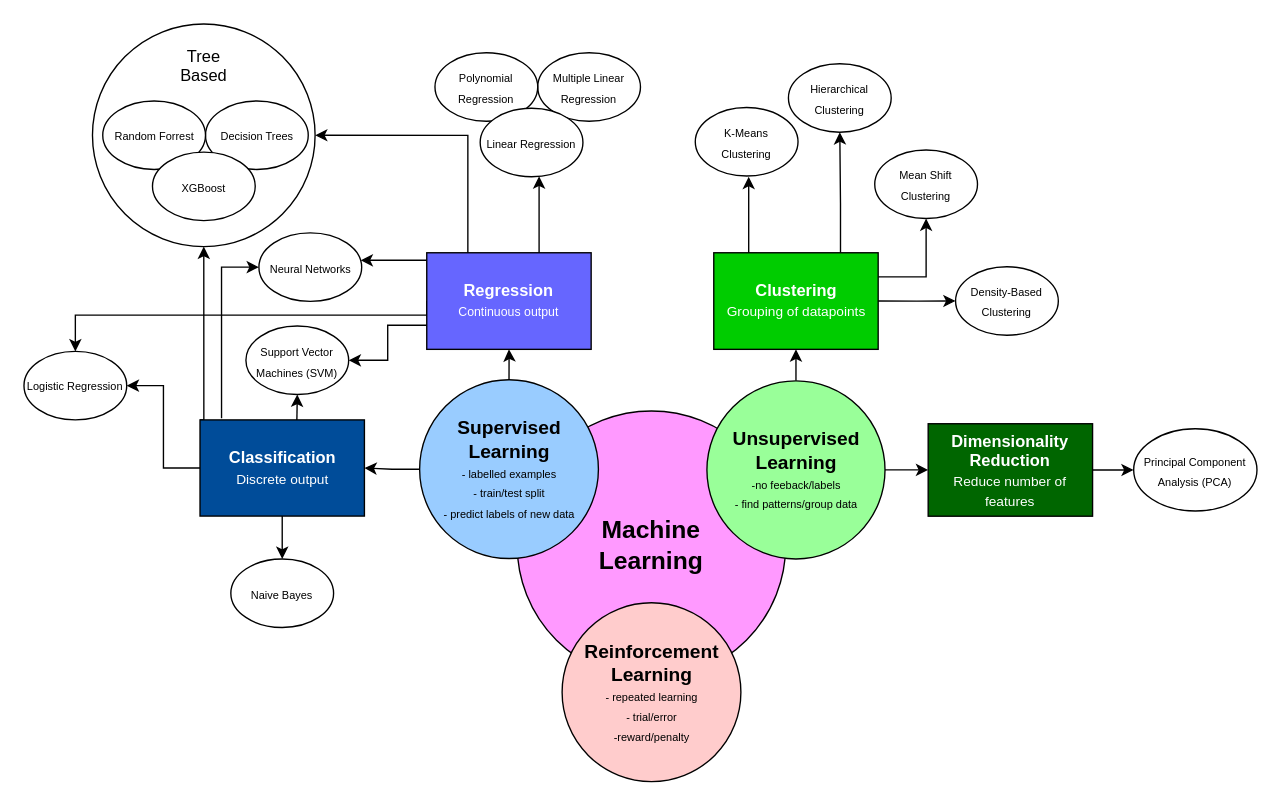
The draw.io diagram ML_overview.drawio in s-bramer/MachineLearning, before the edit. Source tidied: cells renumbered, new cells numbered last; positions are measured from the earlier drawing's top-left corner, leaving out a move shared by most shapes. Both pictures are drawn from the tidied source at 137%, with x=0, y=0 at pixel (23, 23).
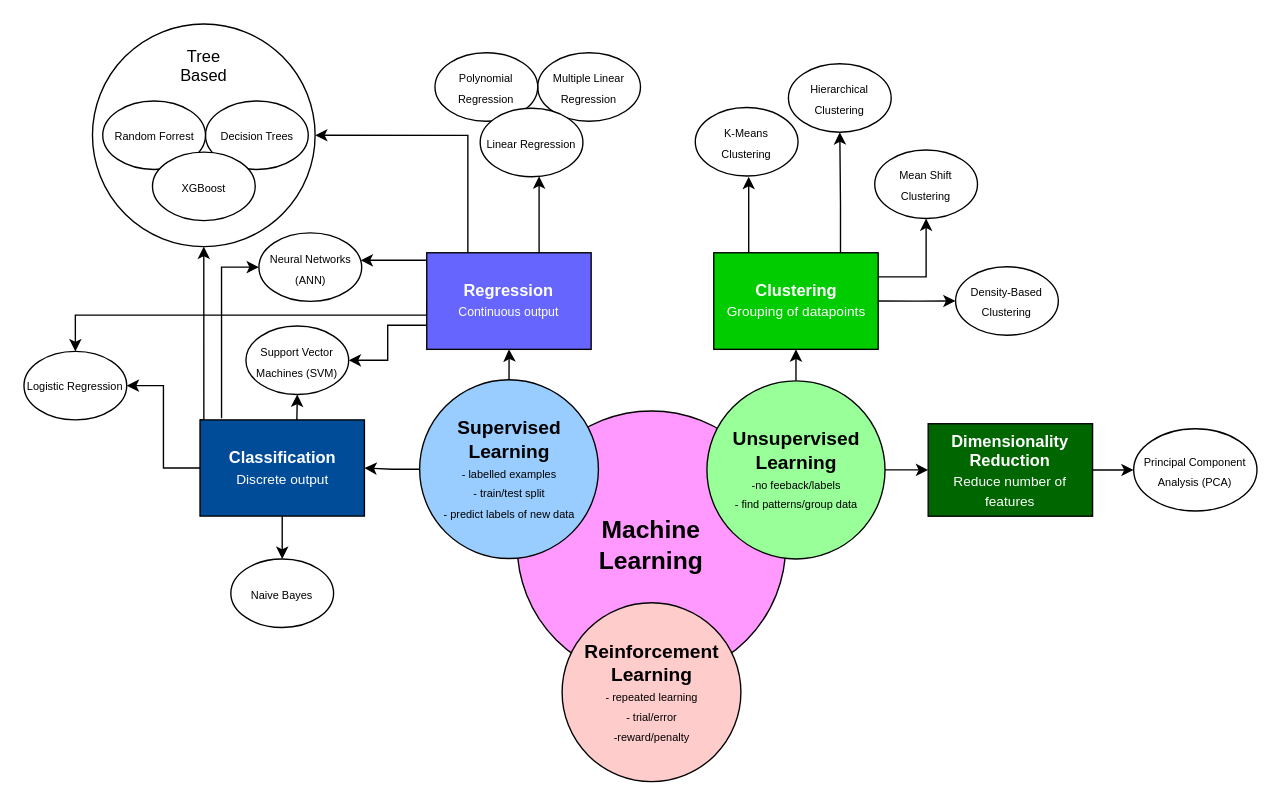
After the change.

Diff of the diagram source:
```diff
@@
-    <mxCell id="11" value="&lt;font style=&quot;font-size: 8px;&quot;&gt;Neural Networks&lt;/font&gt;" style="ellipse;whiteSpace=wrap;html=1;" parent="1" vertex="1">
+    <mxCell id="11" value="&lt;font style=&quot;font-size: 8px;&quot;&gt;Neural Networks&lt;br&gt;(ANN)&lt;br&gt;&lt;/font&gt;" style="ellipse;whiteSpace=wrap;html=1;" parent="1" vertex="1">
       <mxGeometry x="171.5" y="152.5" width="75" height="50" as="geometry" />
     </mxCell>
```
